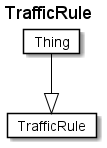
The PlantUML diagram fragments/diagrams/TrafficRule.png in rtigran/rdf2adoc, before a commit.
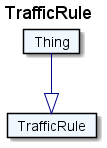
After the change.

Diff of the diagram source:
```diff
@@ -1,11 +1,11 @@
 @startuml
 Title TrafficRule
 
-Card TrafficRule #fff [
+Card TrafficRule #F0F8FF [
 TrafficRule
 ]
-Card Thing #fff [
+Card Thing #F0F8FF [
 Thing
 ]
-Thing --|> TrafficRule  #000
+Thing --|> TrafficRule  #00008B
 @enduml
```
